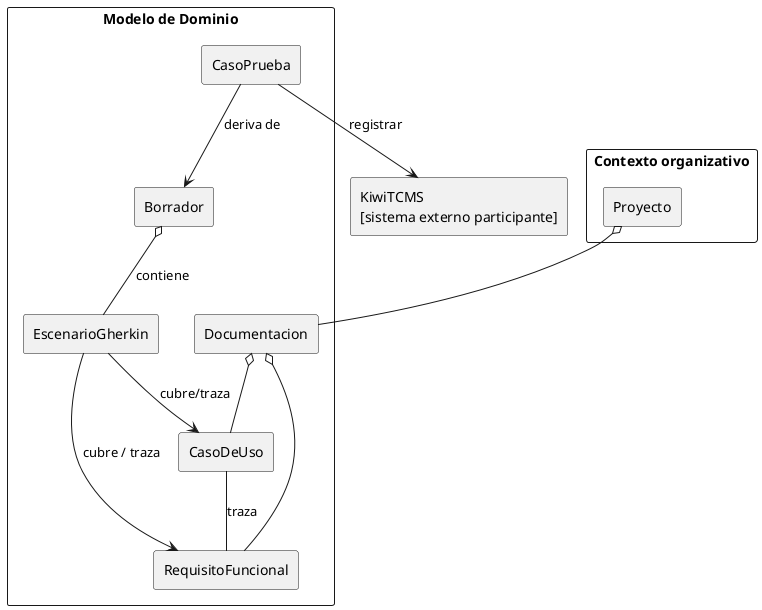
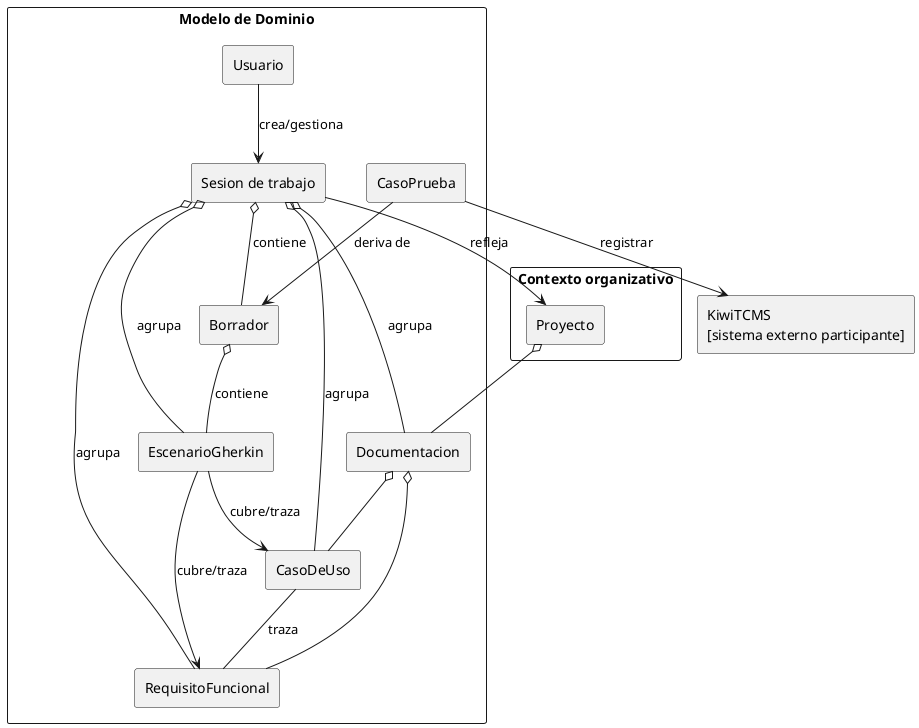
@startuml

rectangle "Contexto organizativo" {
  rectangle Proyecto
}

rectangle "Modelo de Dominio" {
+   rectangle Usuario
+   rectangle "Sesion de trabajo" as SesionTrabajo
  rectangle Documentacion
  rectangle CasoDeUso
  rectangle RequisitoFuncional
  rectangle EscenarioGherkin
  rectangle Borrador
  rectangle CasoPrueba
+ 
+   Usuario --> SesionTrabajo : crea/gestiona
+   SesionTrabajo --> Proyecto : refleja
+ 
+   SesionTrabajo o-- Documentacion : agrupa
+   SesionTrabajo o-- CasoDeUso : agrupa
+   SesionTrabajo o-- RequisitoFuncional : agrupa
+   SesionTrabajo o-- EscenarioGherkin : agrupa
+   SesionTrabajo o-- Borrador : contiene

  Proyecto o-- Documentacion

  Documentacion o-- CasoDeUso
  Documentacion o-- RequisitoFuncional

  CasoDeUso -- RequisitoFuncional : traza

  EscenarioGherkin --> CasoDeUso : cubre/traza
-   EscenarioGherkin --> RequisitoFuncional : cubre / traza
+   EscenarioGherkin --> RequisitoFuncional : cubre/traza

  Borrador o-- EscenarioGherkin : contiene

  CasoPrueba --> Borrador : deriva de
}

rectangle "KiwiTCMS\n[sistema externo participante]" as KiwiTCMS
CasoPrueba --> KiwiTCMS : registrar

- @enduml+ @enduml
